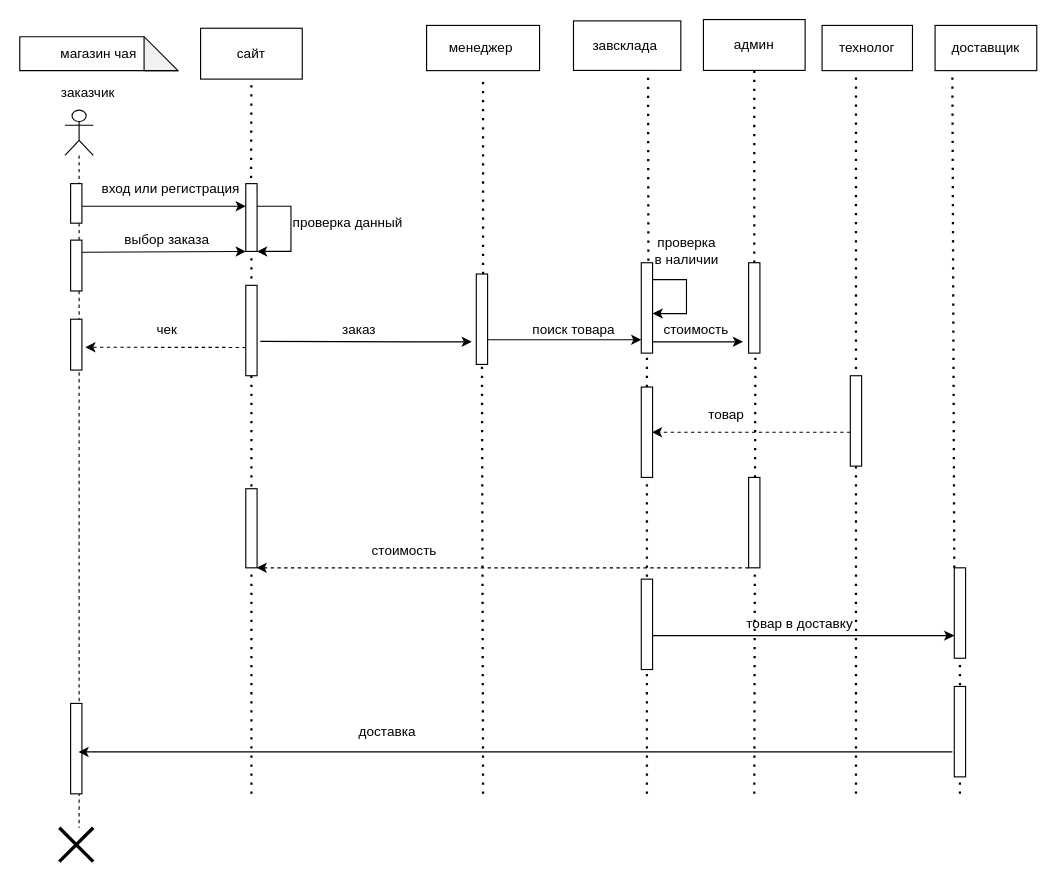
Earlier version of the draw.io diagram page "Диагармма прецендентов магазин чая" (3 of 4) of Диаграмма без названия.drawio (Ev0or/dontTouch). Source tidied: cells renumbered, new cells numbered last; positions are measured from the earlier drawing's top-left corner, leaving out a move shared by most shapes. Both pictures are drawn from the tidied source at 113%, with x=0, y=0 at pixel (19, 19).
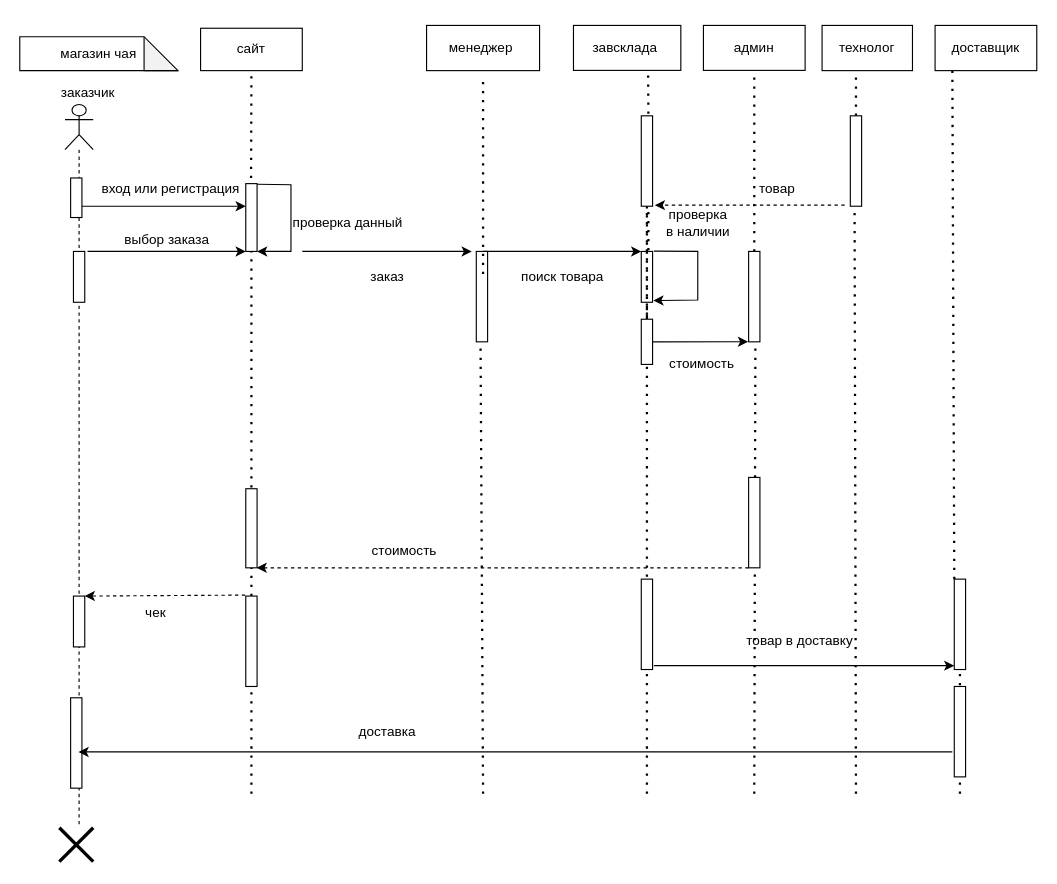
After the change.

Unchanged cells that the change refers to:
```xml
<mxCell id="4" style="whiteSpace=wrap;html=1;" parent="1" vertex="1">
  <mxGeometry x="200" y="145" width="10" height="60" as="geometry" />
</mxCell>
<mxCell id="6" value="вход или регистрация&amp;nbsp;" style="text;html=1;align=center;verticalAlign=middle;points=[];strokeColor=none;fillColor=none;" parent="1" vertex="1">
  <mxGeometry x="60" y="135" width="150" height="30" as="geometry" />
</mxCell>
<mxCell id="47" style="html=1;points=[];perimeter=orthogonalPerimeter;" parent="1" vertex="1">
  <mxGeometry x="550" y="495" width="10" height="80" as="geometry" />
</mxCell>
<mxCell id="62" value="&lt;span style=&quot;&quot;&gt;технолог&lt;/span&gt;" style="rounded=0;whiteSpace=wrap;html=1;" parent="1" vertex="1">
  <mxGeometry x="710" y="5" width="80" height="40" as="geometry" />
</mxCell>
```

Diff of the diagram source:
```diff
@@
-    <mxCell id="5" style="endArrow=none;dashed=1;html=1;dashPattern=1 3;strokeWidth=2;rounded=0;startArrow=none;" parent="1" edge="1" target="4">
-      <mxGeometry relative="1" as="geometry">
-        <mxPoint x="205" y="685" as="sourcePoint" />
-      </mxGeometry>
+    <mxCell id="5" style="endArrow=none;dashed=1;html=1;dashPattern=1 3;strokeWidth=2;rounded=0;startArrow=none;" parent="1" edge="1" source="10" target="4">
+      <mxGeometry relative="1" as="geometry" />
     </mxCell>
@@
-    <mxCell id="7" style="endArrow=classic;html=1;rounded=0;entryX=1;entryY=1;entryDx=0;entryDy=0;" parent="1" edge="1" target="4">
+    <mxCell id="7" style="endArrow=classic;html=1;rounded=0;entryX=1;entryY=1;entryDx=0;entryDy=0;exitX=1;exitY=0.352;exitDx=0;exitDy=0;exitPerimeter=0;" parent="1" edge="1" source="6" target="4">
       <mxGeometry relative="1" as="geometry">
-        <mxPoint x="210" y="165" as="sourcePoint" />
         <Array as="points">
-          <mxPoint x="240" y="165" />
+          <mxPoint x="240" y="146" />
           <mxPoint x="240" y="205" />
         </Array>
       </mxGeometry>
     </mxCell>
@@
-    <mxCell id="9" style="endArrow=classic;html=1;rounded=0;exitX=1.283;exitY=0.62;exitDx=0;exitDy=0;exitPerimeter=0;" parent="1" edge="1" source="10">
+    <mxCell id="9" style="endArrow=classic;html=1;rounded=0;" parent="1" edge="1">
       <mxGeometry relative="1" as="geometry">
-        <mxPoint x="400" y="285" as="targetPoint" />
-        <Array as="points">
-          <mxPoint x="350" y="285" />
-        </Array>
+        <mxPoint x="250" y="205" as="sourcePoint" />
+        <mxPoint x="400" y="205" as="targetPoint" />
       </mxGeometry>
     </mxCell>
-    <mxCell id="10" style="html=1;points=[];perimeter=orthogonalPerimeter;" parent="1" vertex="1">
-      <mxGeometry x="200" y="235" width="10" height="80" as="geometry" />
-    </mxCell>
@@
     <mxCell id="12" style="html=1;points=[];perimeter=orthogonalPerimeter;" parent="1" vertex="1">
-      <mxGeometry x="404" y="225" width="10" height="80" as="geometry" />
+      <mxGeometry x="404" y="205" width="10" height="80" as="geometry" />
     </mxCell>
@@
-    <mxCell id="14" style="endArrow=classic;html=1;rounded=0;entryX=0;entryY=1;entryDx=0;entryDy=0;exitX=0.974;exitY=0.239;exitDx=0;exitDy=0;exitPerimeter=0;" parent="1" edge="1" source="22" target="4">
-      <mxGeometry relative="1" as="geometry" />
+    <mxCell id="14" style="endArrow=classic;html=1;rounded=0;entryX=0;entryY=1;entryDx=0;entryDy=0;" parent="1" edge="1" target="4">
+      <mxGeometry relative="1" as="geometry">
+        <mxPoint x="60" y="205" as="sourcePoint" />
+      </mxGeometry>
     </mxCell>
@@
     <mxCell id="16" value="заказ" style="text;html=1;align=center;verticalAlign=middle;strokeColor=none;fillColor=none;" parent="1" vertex="1">
-      <mxGeometry x="275" y="260" width="50" height="30" as="geometry" />
+      <mxGeometry x="300" y="212.5" width="50" height="30" as="geometry" />
     </mxCell>
-    <mxCell id="17" style="endArrow=none;dashed=1;html=1;dashPattern=1 3;strokeWidth=2;rounded=0;" parent="1" edge="1">
+    <mxCell id="17" style="endArrow=none;dashed=1;html=1;dashPattern=1 3;strokeWidth=2;rounded=0;entryX=0.376;entryY=0.998;entryDx=0;entryDy=0;entryPerimeter=0;" parent="1" edge="1" target="12">
       <mxGeometry relative="1" as="geometry">
         <mxPoint x="410" y="685" as="sourcePoint" />
-        <mxPoint x="409" y="305" as="targetPoint" />
       </mxGeometry>
     </mxCell>
-    <mxCell id="18" style="endArrow=classic;html=1;rounded=0;exitX=1.006;exitY=0.727;exitDx=0;exitDy=0;exitPerimeter=0;" parent="1" edge="1" source="12" target="41">
-      <mxGeometry relative="1" as="geometry" />
+    <mxCell id="18" style="endArrow=classic;html=1;rounded=0;" parent="1" edge="1" target="41">
+      <mxGeometry relative="1" as="geometry">
+        <mxPoint x="410" y="205" as="sourcePoint" />
+      </mxGeometry>
     </mxCell>
     <mxCell id="19" value="поиск товара" style="text;html=1;align=center;verticalAlign=middle;strokeColor=none;fillColor=none;" parent="1" vertex="1">
-      <mxGeometry x="440" y="260" width="100" height="30" as="geometry" />
+      <mxGeometry x="430" y="212.5" width="100" height="30" as="geometry" />
     </mxCell>
     <mxCell id="20" style="shape=umlLifeline;participant=umlActor;perimeter=lifelinePerimeter;whiteSpace=wrap;html=1;verticalAlign=top;spacingTop=36;outlineConnect=0;" parent="1" vertex="1">
-      <mxGeometry x="40" y="80" width="25" height="635" as="geometry" />
+      <mxGeometry x="40" y="75" width="25" height="640" as="geometry" />
     </mxCell>
@@
     <mxCell id="22" style="html=1;points=[];perimeter=orthogonalPerimeter;" parent="20" vertex="1">
-      <mxGeometry x="5" y="115" width="10" height="45" as="geometry" />
+      <mxGeometry x="7.5" y="130" width="10" height="45" as="geometry" />
     </mxCell>
     <mxCell id="23" style="html=1;points=[];perimeter=orthogonalPerimeter;" parent="20" vertex="1">
-      <mxGeometry x="5" y="185" width="10" height="45" as="geometry" />
+      <mxGeometry x="7.5" y="435" width="10" height="45" as="geometry" />
     </mxCell>
@@
     <mxCell id="25" style="html=1;points=[];perimeter=orthogonalPerimeter;" parent="1" vertex="1">
-      <mxGeometry x="645" y="215" width="10" height="80" as="geometry" />
+      <mxGeometry x="645" y="205" width="10" height="80" as="geometry" />
     </mxCell>
-    <mxCell id="26" style="endArrow=classic;html=1;rounded=0;entryX=1;entryY=0.833;entryDx=0;entryDy=0;entryPerimeter=0;" parent="1" edge="1" target="27">
+    <mxCell id="26" style="endArrow=classic;html=1;rounded=0;entryX=-0.051;entryY=0.999;entryDx=0;entryDy=0;entryPerimeter=0;" parent="1" edge="1" target="25">
       <mxGeometry relative="1" as="geometry">
         <mxPoint x="560" y="285" as="sourcePoint" />
       </mxGeometry>
     </mxCell>
     <mxCell id="27" value="стоимость&amp;nbsp;" style="text;html=1;align=center;verticalAlign=middle;points=[];strokeColor=none;fillColor=none;" parent="1" vertex="1">
-      <mxGeometry x="560" y="260" width="80" height="30" as="geometry" />
+      <mxGeometry x="565" y="290" width="80" height="30" as="geometry" />
     </mxCell>
@@
-    <mxCell id="33" style="endArrow=none;dashed=1;html=1;dashPattern=1 3;strokeWidth=2;rounded=0;startArrow=none;exitX=0.631;exitY=-0.022;exitDx=0;exitDy=0;exitPerimeter=0;" parent="1" edge="1" source="41">
+    <mxCell id="33" style="endArrow=none;dashed=1;html=1;dashPattern=1 3;strokeWidth=2;rounded=0;startArrow=none;exitX=0.631;exitY=-0.022;exitDx=0;exitDy=0;exitPerimeter=0;" parent="1" edge="1" source="43">
       <mxGeometry relative="1" as="geometry">
         <mxPoint x="556" y="45" as="targetPoint" />
       </mxGeometry>
     </mxCell>
-    <mxCell id="34" style="endArrow=none;dashed=1;html=1;dashPattern=1 3;strokeWidth=2;rounded=0;entryX=0.375;entryY=1.006;entryDx=0;entryDy=0;entryPerimeter=0;" parent="1" edge="1" target="62">
-      <mxGeometry relative="1" as="geometry">
-        <mxPoint x="740" y="685" as="sourcePoint" />
-      </mxGeometry>
+    <mxCell id="34" style="endArrow=none;dashed=1;html=1;dashPattern=1 3;strokeWidth=2;rounded=0;entryX=0.375;entryY=1.006;entryDx=0;entryDy=0;entryPerimeter=0;startArrow=none;" parent="1" edge="1" source="38" target="62">
+      <mxGeometry relative="1" as="geometry" />
     </mxCell>
@@
-    <mxCell id="36" style="endArrow=classic;html=1;rounded=0;" parent="1" edge="1">
+    <mxCell id="36" style="endArrow=classic;html=1;rounded=0;exitX=1.11;exitY=-0.005;exitDx=0;exitDy=0;exitPerimeter=0;entryX=1.071;entryY=0.967;entryDx=0;entryDy=0;entryPerimeter=0;" parent="1" edge="1" source="41" target="41">
       <mxGeometry relative="1" as="geometry">
-        <mxPoint x="560" y="230" as="sourcePoint" />
-        <mxPoint x="560" y="260" as="targetPoint" />
         <Array as="points">
-          <mxPoint x="590" y="230" />
-          <mxPoint x="590" y="245" />
-          <mxPoint x="590" y="260" />
+          <mxPoint x="600" y="205" />
+          <mxPoint x="600" y="248" />
         </Array>
       </mxGeometry>
     </mxCell>
     <mxCell id="37" value="проверка &lt;br&gt;в наличии" style="text;html=1;align=center;verticalAlign=middle;strokeColor=none;fillColor=none;" parent="1" vertex="1">
-      <mxGeometry x="550" y="185" width="80" height="40" as="geometry" />
+      <mxGeometry x="560" y="160" width="80" height="40" as="geometry" />
     </mxCell>
-    <mxCell id="38" style="html=1;points=[];perimeter=orthogonalPerimeter;" parent="1" vertex="1">
-      <mxGeometry x="735" y="315" width="10" height="80" as="geometry" />
-    </mxCell>
-    <mxCell id="39" style="endArrow=classic;html=1;rounded=0;dashed=1;entryX=0.944;entryY=0.5;entryDx=0;entryDy=0;entryPerimeter=0;" parent="1" edge="1" target="43">
+    <mxCell id="39" style="endArrow=classic;html=1;rounded=0;dashed=1;entryX=1.2;entryY=0.988;entryDx=0;entryDy=0;entryPerimeter=0;" parent="1" edge="1" target="43">
       <mxGeometry relative="1" as="geometry">
-        <mxPoint x="735" y="365" as="sourcePoint" />
+        <mxPoint x="730" y="164" as="sourcePoint" />
       </mxGeometry>
     </mxCell>
     <mxCell id="40" value="товар" style="text;html=1;align=center;verticalAlign=middle;strokeColor=none;fillColor=none;" parent="1" vertex="1">
-      <mxGeometry x="595" y="335" width="60" height="30" as="geometry" />
+      <mxGeometry x="640" y="135" width="60" height="30" as="geometry" />
     </mxCell>
     <mxCell id="41" style="html=1;points=[];perimeter=orthogonalPerimeter;" parent="1" vertex="1">
-      <mxGeometry x="550" y="215" width="10" height="80" as="geometry" />
+      <mxGeometry x="550" y="205" width="10" height="45" as="geometry" />
     </mxCell>
-    <mxCell id="42" style="endArrow=none;dashed=1;html=1;dashPattern=1 3;strokeWidth=2;rounded=0;startArrow=none;" parent="1" edge="1" source="43" target="41">
+    <mxCell id="42" style="endArrow=none;dashed=1;html=1;dashPattern=1 3;strokeWidth=2;rounded=0;startArrow=none;" parent="1" edge="1" source="65" target="41">
       <mxGeometry relative="1" as="geometry" />
     </mxCell>
-    <mxCell id="43" style="html=1;points=[];perimeter=orthogonalPerimeter;" parent="1" vertex="1">
-      <mxGeometry x="550" y="325" width="10" height="80" as="geometry" />
-    </mxCell>
@@
-    <mxCell id="45" style="endArrow=classic;html=1;rounded=0;dashed=1;entryX=1.301;entryY=0.55;entryDx=0;entryDy=0;entryPerimeter=0;" parent="1" edge="1" target="23">
-      <mxGeometry relative="1" as="geometry">
-        <mxPoint x="200" y="290" as="sourcePoint" />
-      </mxGeometry>
+    <mxCell id="45" style="endArrow=classic;html=1;rounded=0;dashed=1;exitX=-0.053;exitY=-0.011;exitDx=0;exitDy=0;exitPerimeter=0;" parent="1" edge="1" source="10" target="23">
+      <mxGeometry relative="1" as="geometry" />
     </mxCell>
     <mxCell id="46" value="чек" style="text;html=1;align=center;verticalAlign=middle;strokeColor=none;fillColor=none;" parent="1" vertex="1">
-      <mxGeometry x="110" y="260" width="40" height="30" as="geometry" />
+      <mxGeometry x="100" y="510" width="40" height="30" as="geometry" />
     </mxCell>
@@
     <mxCell id="48" style="html=1;points=[];perimeter=orthogonalPerimeter;" parent="1" vertex="1">
-      <mxGeometry x="827" y="485" width="10" height="80" as="geometry" />
+      <mxGeometry x="827" y="495" width="10" height="80" as="geometry" />
     </mxCell>
@@
-    <mxCell id="50" style="endArrow=classic;html=1;rounded=0;" parent="1" edge="1" target="48">
-      <mxGeometry relative="1" as="geometry">
-        <mxPoint x="560" y="545" as="sourcePoint" />
-      </mxGeometry>
+    <mxCell id="50" style="endArrow=classic;html=1;rounded=0;exitX=1.112;exitY=0.957;exitDx=0;exitDy=0;exitPerimeter=0;" parent="1" edge="1" source="47" target="48">
+      <mxGeometry relative="1" as="geometry" />
     </mxCell>
     <mxCell id="51" value="товар в доставку" style="text;html=1;align=center;verticalAlign=middle;strokeColor=none;fillColor=none;" parent="1" vertex="1">
-      <mxGeometry x="630" y="520" width="120" height="30" as="geometry" />
+      <mxGeometry x="630" y="535" width="120" height="30" as="geometry" />
     </mxCell>
@@
     <mxCell id="56" value="сайт" style="rounded=0;whiteSpace=wrap;html=1;" parent="1" vertex="1">
-      <mxGeometry x="160" y="7.5" width="90" height="45" as="geometry" />
+      <mxGeometry x="160" y="7.5" width="90" height="37.5" as="geometry" />
     </mxCell>
@@
     <mxCell id="59" value="&lt;span style=&quot;&quot;&gt;завсклада&amp;nbsp;&lt;/span&gt;" style="rounded=0;whiteSpace=wrap;html=1;" parent="1" vertex="1">
-      <mxGeometry x="490" y="1" width="95" height="43.8" as="geometry" />
+      <mxGeometry x="490" y="5" width="95" height="39.8" as="geometry" />
     </mxCell>
@@
     <mxCell id="61" value="админ" style="rounded=0;whiteSpace=wrap;html=1;" parent="1" vertex="1">
-      <mxGeometry x="605" y="-0.2" width="90" height="45" as="geometry" />
+      <mxGeometry x="605" y="5" width="90" height="39.8" as="geometry" />
     </mxCell>
@@
+    <mxCell id="38" style="html=1;points=[];perimeter=orthogonalPerimeter;" parent="1" vertex="1">
+      <mxGeometry x="735" y="85" width="10" height="80" as="geometry" />
+    </mxCell>
+    <mxCell id="64" style="endArrow=none;dashed=1;html=1;dashPattern=1 3;strokeWidth=2;rounded=0;entryX=0.375;entryY=1.006;entryDx=0;entryDy=0;entryPerimeter=0;" parent="1" edge="1" target="38">
+      <mxGeometry relative="1" as="geometry">
+        <mxPoint x="740" y="685" as="sourcePoint" />
+      </mxGeometry>
+    </mxCell>
+    <mxCell id="65" style="html=1;points=[];perimeter=orthogonalPerimeter;" parent="1" vertex="1">
+      <mxGeometry x="550" y="265" width="10" height="40" as="geometry" />
+    </mxCell>
+    <mxCell id="66" style="endArrow=none;dashed=1;html=1;dashPattern=1 3;strokeWidth=2;rounded=0;startArrow=none;" parent="1" edge="1" source="43" target="65">
+      <mxGeometry relative="1" as="geometry" />
+    </mxCell>
+    <mxCell id="10" style="html=1;points=[];perimeter=orthogonalPerimeter;" parent="1" vertex="1">
+      <mxGeometry x="200" y="510" width="10" height="80" as="geometry" />
+    </mxCell>
+    <mxCell id="67" style="endArrow=none;dashed=1;html=1;dashPattern=1 3;strokeWidth=2;rounded=0;startArrow=none;" parent="1" edge="1" target="10">
+      <mxGeometry relative="1" as="geometry">
+        <mxPoint x="205" y="685" as="sourcePoint" />
+      </mxGeometry>
+    </mxCell>
+    <mxCell id="43" style="html=1;points=[];perimeter=orthogonalPerimeter;" parent="1" vertex="1">
+      <mxGeometry x="550" y="85" width="10" height="80" as="geometry" />
+    </mxCell>
+    <mxCell id="68" style="endArrow=none;dashed=1;html=1;dashPattern=1 3;strokeWidth=2;rounded=0;startArrow=none;exitX=0.631;exitY=-0.022;exitDx=0;exitDy=0;exitPerimeter=0;" parent="1" edge="1" source="41" target="43">
+      <mxGeometry relative="1" as="geometry" />
+    </mxCell>
```
